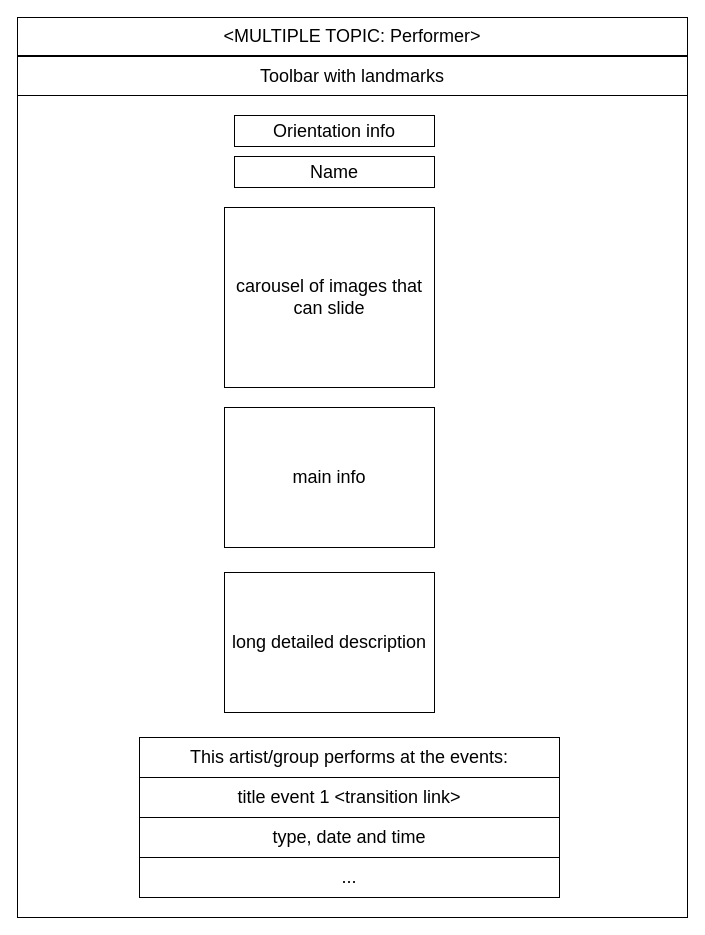
This is other/documentation/frontend/DRAW IO desing/performer.drawio from LeonardoPanizzo/hypermedia2019, a draw.io file, before an edit. Source tidied: cells renumbered, new cells numbered last; positions are measured from the earlier drawing's top-left corner, leaving out a move shared by most shapes. Both pictures are drawn from the tidied source at 100%, with x=0, y=0 at pixel (17, 17).
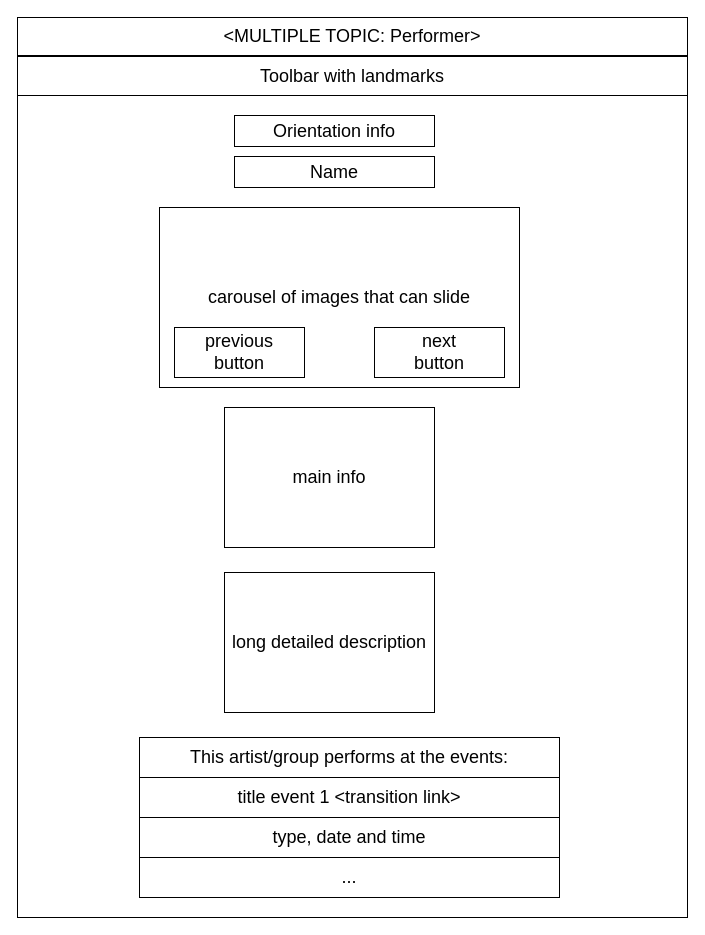
The same page after the edit.

Diff of the diagram source:
```diff
@@
 <mxGraphModel>
   <root>
     <mxCell id="0" />
     <mxCell id="1" parent="0" />
     <mxCell id="2" style="rounded=0;whiteSpace=wrap;html=1;" parent="1" vertex="1">
       <mxGeometry width="670" height="900" as="geometry" />
     </mxCell>
     <mxCell id="3" value="&lt;div style=&quot;text-align: left ; font-size: 18px&quot;&gt;&lt;span&gt;&amp;lt;MULTIPLE TOPIC: Performer&lt;/span&gt;&lt;span&gt;&amp;gt;&lt;/span&gt;&lt;/div&gt;" style="rounded=0;whiteSpace=wrap;html=1;fontSize=18;" parent="1" vertex="1">
       <mxGeometry width="670" height="38" as="geometry" />
     </mxCell>
     <mxCell id="4" value="Toolbar with landmarks" style="rounded=0;whiteSpace=wrap;html=1;fontSize=18;" parent="1" vertex="1">
       <mxGeometry y="39" width="670" height="39" as="geometry" />
     </mxCell>
     <mxCell id="5" value="Orientation info" style="rounded=0;whiteSpace=wrap;html=1;fontSize=18;" parent="1" vertex="1">
       <mxGeometry x="217" y="98" width="200" height="31" as="geometry" />
     </mxCell>
     <mxCell id="6" value="carousel of images that can slide" style="rounded=0;whiteSpace=wrap;html=1;fontSize=18;" parent="1" vertex="1">
-      <mxGeometry x="207" y="190" width="210" height="180" as="geometry" />
+      <mxGeometry x="142" y="190" width="360" height="180" as="geometry" />
     </mxCell>
     <mxCell id="7" value="long detailed description" style="rounded=0;whiteSpace=wrap;html=1;fontSize=18;" parent="1" vertex="1">
       <mxGeometry x="207" y="555" width="210" height="140" as="geometry" />
     </mxCell>
     <mxCell id="8" value="This artist/group performs at the events:" style="rounded=0;whiteSpace=wrap;html=1;fontSize=18;" parent="1" vertex="1">
       <mxGeometry x="122" y="720" width="420" height="40" as="geometry" />
     </mxCell>
     <mxCell id="9" value="title event 1 &amp;lt;transition link&amp;gt;" style="rounded=0;whiteSpace=wrap;html=1;fontSize=18;" parent="1" vertex="1">
       <mxGeometry x="122" y="760" width="420" height="40" as="geometry" />
     </mxCell>
     <mxCell id="10" value="type, date and time" style="rounded=0;whiteSpace=wrap;html=1;fontSize=18;" parent="1" vertex="1">
       <mxGeometry x="122" y="800" width="420" height="40" as="geometry" />
     </mxCell>
     <mxCell id="11" value="..." style="rounded=0;whiteSpace=wrap;html=1;fontSize=18;" parent="1" vertex="1">
       <mxGeometry x="122" y="840" width="420" height="40" as="geometry" />
     </mxCell>
     <mxCell id="12" value="Name" style="rounded=0;whiteSpace=wrap;html=1;fontSize=18;" parent="1" vertex="1">
       <mxGeometry x="217" y="139" width="200" height="31" as="geometry" />
     </mxCell>
     <mxCell id="13" value="main info" style="rounded=0;whiteSpace=wrap;html=1;fontSize=18;" parent="1" vertex="1">
       <mxGeometry x="207" y="390" width="210" height="140" as="geometry" />
     </mxCell>
+    <mxCell id="14" value="next&lt;br&gt;button" style="rounded=0;whiteSpace=wrap;html=1;fontSize=18;" parent="1" vertex="1">
+      <mxGeometry x="357" y="310" width="130" height="50" as="geometry" />
+    </mxCell>
+    <mxCell id="15" value="previous&lt;br&gt;button" style="rounded=0;whiteSpace=wrap;html=1;fontSize=18;" parent="1" vertex="1">
+      <mxGeometry x="157" y="310" width="130" height="50" as="geometry" />
+    </mxCell>
   </root>
 </mxGraphModel>
```
